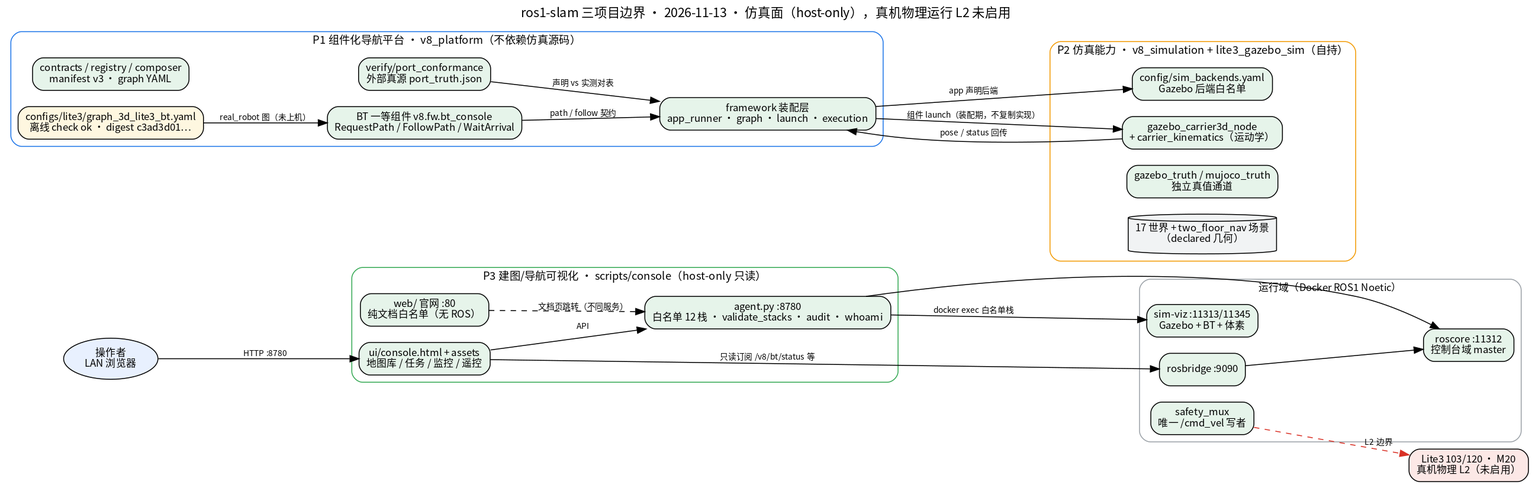
This is docs/architecture/diagrams/three-projects-2026-11-13.png from javencpdd/ros1-slam, a Graphviz export, as it was before one commit. Its source is kept beside it as docs/architecture/diagrams/three-projects-2026-11-13.dot. The source it was exported from:
```dot
digraph three_projects_2026_11_13 {
  rankdir=LR;
  fontname="Noto Sans CJK SC";
  fontsize=14;
  labelloc=t;
  label="ros1-slam 三项目边界 · 2026-11-13 · 仿真面（host-only），真机物理运行 L2 未启用";
  node [fontname="Noto Sans CJK SC", shape=box, style="rounded,filled", fontsize=11];
  edge [fontname="Noto Sans CJK SC", fontsize=9];

  op [label="操作者\nLAN 浏览器", shape=ellipse, fillcolor="#e8f0fe"];

  subgraph cluster_p1 {
    label="P1 组件化导航平台 · v8_platform（不依赖仿真源码）";
    style="rounded"; color="#1a73e8"; fontsize=12;
    contracts [label="contracts / registry / composer\nmanifest v3 · graph YAML", fillcolor="#e6f4ea"];
    framework [label="framework 装配层\napp_runner · graph · launch · execution", fillcolor="#e6f4ea"];
    btasm     [label="BT 一等组件 v8.fw.bt_console\nRequestPath / FollowPath / WaitArrival", fillcolor="#e6f4ea"];
    verify    [label="verify/port_conformance\n外部真源 port_truth.json", fillcolor="#e6f4ea"];
    realgraph [label="configs/lite3/graph_3d_lite3_bt.yaml\n离线 check ok · digest c3ad3d01…", fillcolor="#fef7e0"];
  }

  subgraph cluster_p2 {
    label="P2 仿真能力 · v8_simulation + lite3_gazebo_sim（自持）";
    style="rounded"; color="#f29900"; fontsize=12;
    simdecl [label="config/sim_backends.yaml\nGazebo 后端白名单", fillcolor="#e6f4ea"];
    carrier [label="gazebo_carrier3d_node\n+ carrier_kinematics（运动学）", fillcolor="#e6f4ea"];
    truth   [label="gazebo_truth / mujoco_truth\n独立真值通道", fillcolor="#e6f4ea"];
    worlds  [label="17 世界 + two_floor_nav 场景\n（declared 几何）", shape=cylinder, fillcolor="#f1f3f4"];
  }

  subgraph cluster_p3 {
    label="P3 建图/导航可视化 · scripts/console（host-only 只读）";
    style="rounded"; color="#34a853"; fontsize=12;
    agent [label="agent.py :8780\n白名单 12 栈 · validate_stacks · audit · whoami", fillcolor="#e6f4ea"];
    ui    [label="ui/console.html + assets\n地图库 / 任务 / 监控 / 遥控", fillcolor="#e6f4ea"];
    web   [label="web/ 官网 :80\n纯文档白名单（无 ROS）", fillcolor="#e6f4ea"];
  }

  subgraph cluster_ros {
    label="运行域（Docker ROS1 Noetic）";
    style="rounded"; color="#9aa0a6"; fontsize=11;
    roscore [label="roscore :11312\n控制台域 master", fillcolor="#e6f4ea"];
    simviz  [label="sim-viz :11313/11345\nGazebo + BT + 体素", fillcolor="#e6f4ea"];
    bridge  [label="rosbridge :9090", fillcolor="#e6f4ea"];
    mux     [label="safety_mux\n唯一 /cmd_vel 写者", fillcolor="#e6f4ea"];
  }

  l2 [label="Lite3 103/120 · M20\n真机物理 L2（未启用）", fillcolor="#fce8e6"];

  framework -> simdecl  [label="app 声明后端"];
  framework -> carrier  [label="组件 launch（装配期，不复制实现）"];
  carrier   -> framework [label="pose / status 回传"];
  btasm     -> framework [label="path / follow 契约"];
  realgraph -> btasm     [label="real_robot 图（未上机）"];
  verify    -> framework [label="声明 vs 实测对表"];

  op    -> ui     [label="HTTP :8780"];
  ui    -> agent  [label="API"];
  agent -> simviz [label="docker exec 白名单栈"];
  agent -> roscore;
  ui    -> bridge [label="只读订阅 /v8/bt/status 等"];
  bridge -> roscore;
  web   -> agent  [label="文档页跳转（不同服务）", style=dashed];
  mux   -> l2     [label="L2 边界", color="#d93025", style=dashed];
}
```
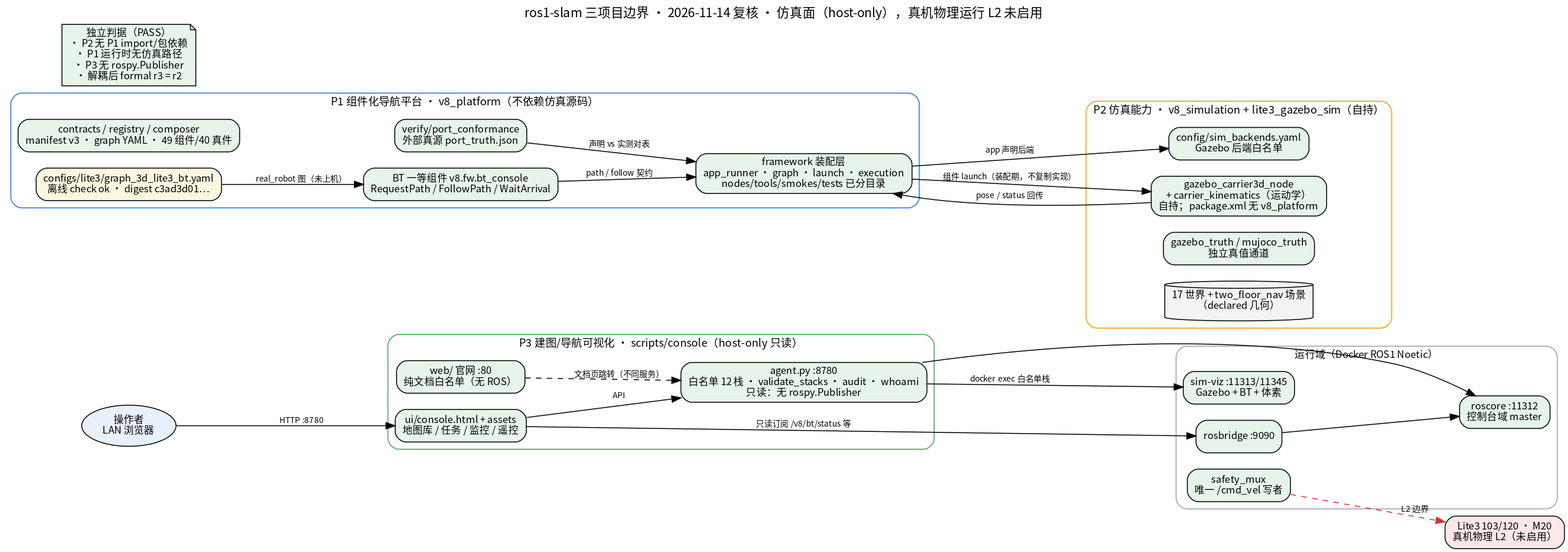
Above is the later version.

Commit message:
docs(architecture): 三项目图补独立判据与 framework 分目录

Change to the diagram source:
```diff
@@ -3,7 +3,7 @@
   fontname="Noto Sans CJK SC";
   fontsize=14;
   labelloc=t;
-  label="ros1-slam 三项目边界 · 2026-11-13 · 仿真面（host-only），真机物理运行 L2 未启用";
+  label="ros1-slam 三项目边界 · 2026-11-14 复核 · 仿真面（host-only），真机物理运行 L2 未启用";
   node [fontname="Noto Sans CJK SC", shape=box, style="rounded,filled", fontsize=11];
   edge [fontname="Noto Sans CJK SC", fontsize=9];
 
@@ -12,8 +12,8 @@
   subgraph cluster_p1 {
     label="P1 组件化导航平台 · v8_platform（不依赖仿真源码）";
     style="rounded"; color="#1a73e8"; fontsize=12;
-    contracts [label="contracts / registry / composer\nmanifest v3 · graph YAML", fillcolor="#e6f4ea"];
-    framework [label="framework 装配层\napp_runner · graph · launch · execution", fillcolor="#e6f4ea"];
+    contracts [label="contracts / registry / composer\nmanifest v3 · graph YAML · 49 组件/40 真件", fillcolor="#e6f4ea"];
+    framework [label="framework 装配层\napp_runner · graph · launch · execution\nnodes/tools/smokes/tests 已分目录", fillcolor="#e6f4ea"];
     btasm     [label="BT 一等组件 v8.fw.bt_console\nRequestPath / FollowPath / WaitArrival", fillcolor="#e6f4ea"];
     verify    [label="verify/port_conformance\n外部真源 port_truth.json", fillcolor="#e6f4ea"];
     realgraph [label="configs/lite3/graph_3d_lite3_bt.yaml\n离线 check ok · digest c3ad3d01…", fillcolor="#fef7e0"];
@@ -23,7 +23,7 @@
     label="P2 仿真能力 · v8_simulation + lite3_gazebo_sim（自持）";
     style="rounded"; color="#f29900"; fontsize=12;
     simdecl [label="config/sim_backends.yaml\nGazebo 后端白名单", fillcolor="#e6f4ea"];
-    carrier [label="gazebo_carrier3d_node\n+ carrier_kinematics（运动学）", fillcolor="#e6f4ea"];
+    carrier [label="gazebo_carrier3d_node\n+ carrier_kinematics（运动学）\n自持；package.xml 无 v8_platform", fillcolor="#e6f4ea"];
     truth   [label="gazebo_truth / mujoco_truth\n独立真值通道", fillcolor="#e6f4ea"];
     worlds  [label="17 世界 + two_floor_nav 场景\n（declared 几何）", shape=cylinder, fillcolor="#f1f3f4"];
   }
@@ -31,7 +31,7 @@
   subgraph cluster_p3 {
     label="P3 建图/导航可视化 · scripts/console（host-only 只读）";
     style="rounded"; color="#34a853"; fontsize=12;
-    agent [label="agent.py :8780\n白名单 12 栈 · validate_stacks · audit · whoami", fillcolor="#e6f4ea"];
+    agent [label="agent.py :8780\n白名单 12 栈 · validate_stacks · audit · whoami\n只读：无 rospy.Publisher", fillcolor="#e6f4ea"];
     ui    [label="ui/console.html + assets\n地图库 / 任务 / 监控 / 遥控", fillcolor="#e6f4ea"];
     web   [label="web/ 官网 :80\n纯文档白名单（无 ROS）", fillcolor="#e6f4ea"];
   }
@@ -46,6 +46,7 @@
   }
 
   l2 [label="Lite3 103/120 · M20\n真机物理 L2（未启用）", fillcolor="#fce8e6"];
+  checks [label="独立判据（PASS）\n· P2 无 P1 import/包依赖\n· P1 运行时无仿真路径\n· P3 无 rospy.Publisher\n· 解耦后 formal r3 = r2", shape=note, fillcolor="#e6f4ea"];
 
   framework -> simdecl  [label="app 声明后端"];
   framework -> carrier  [label="组件 launch（装配期，不复制实现）"];
```
